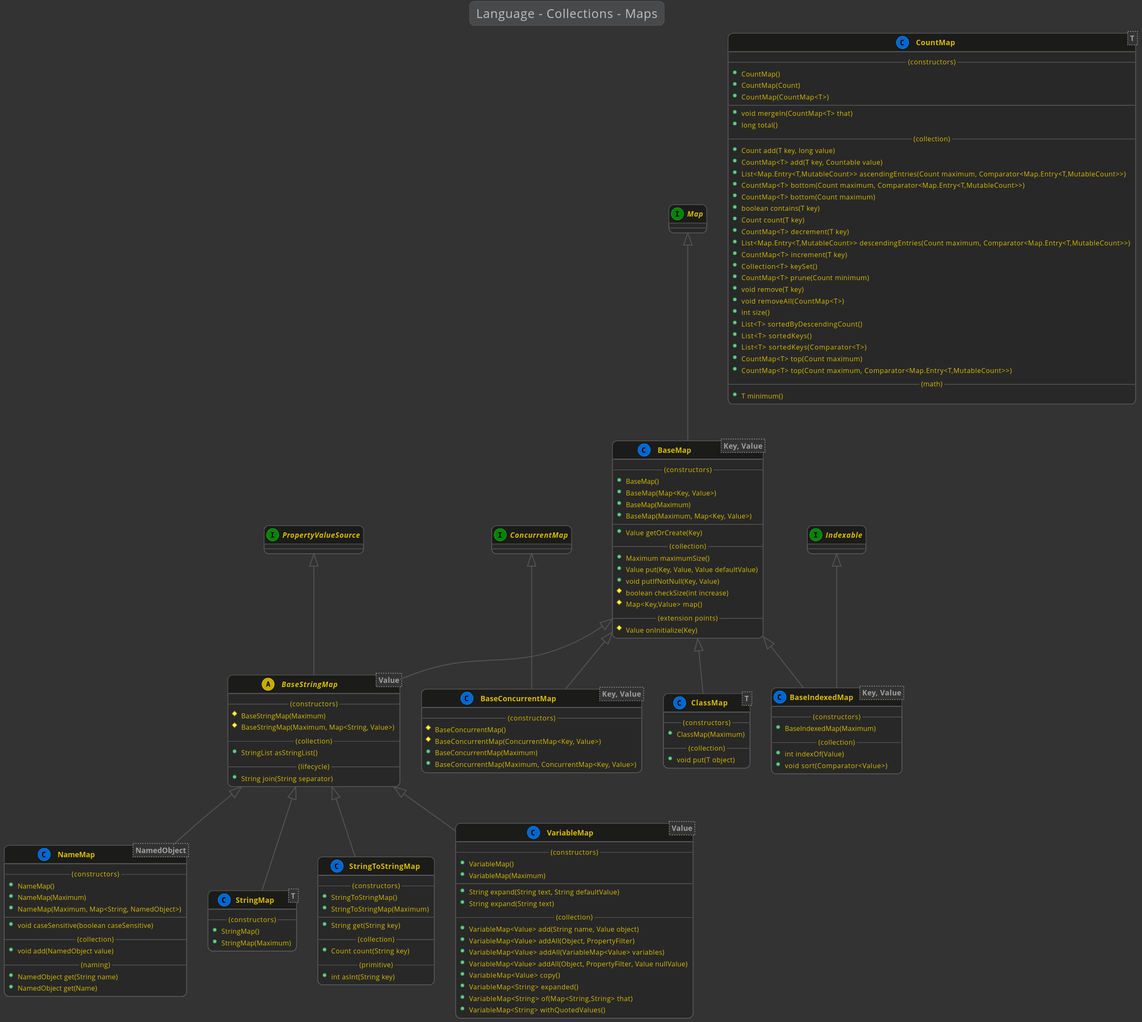
The PlantUML diagram docs/kivakit-core/kernel/documentation/diagrams/diagram-language-collections-map.svg in Telenav/kivakit-assets, before a commit.
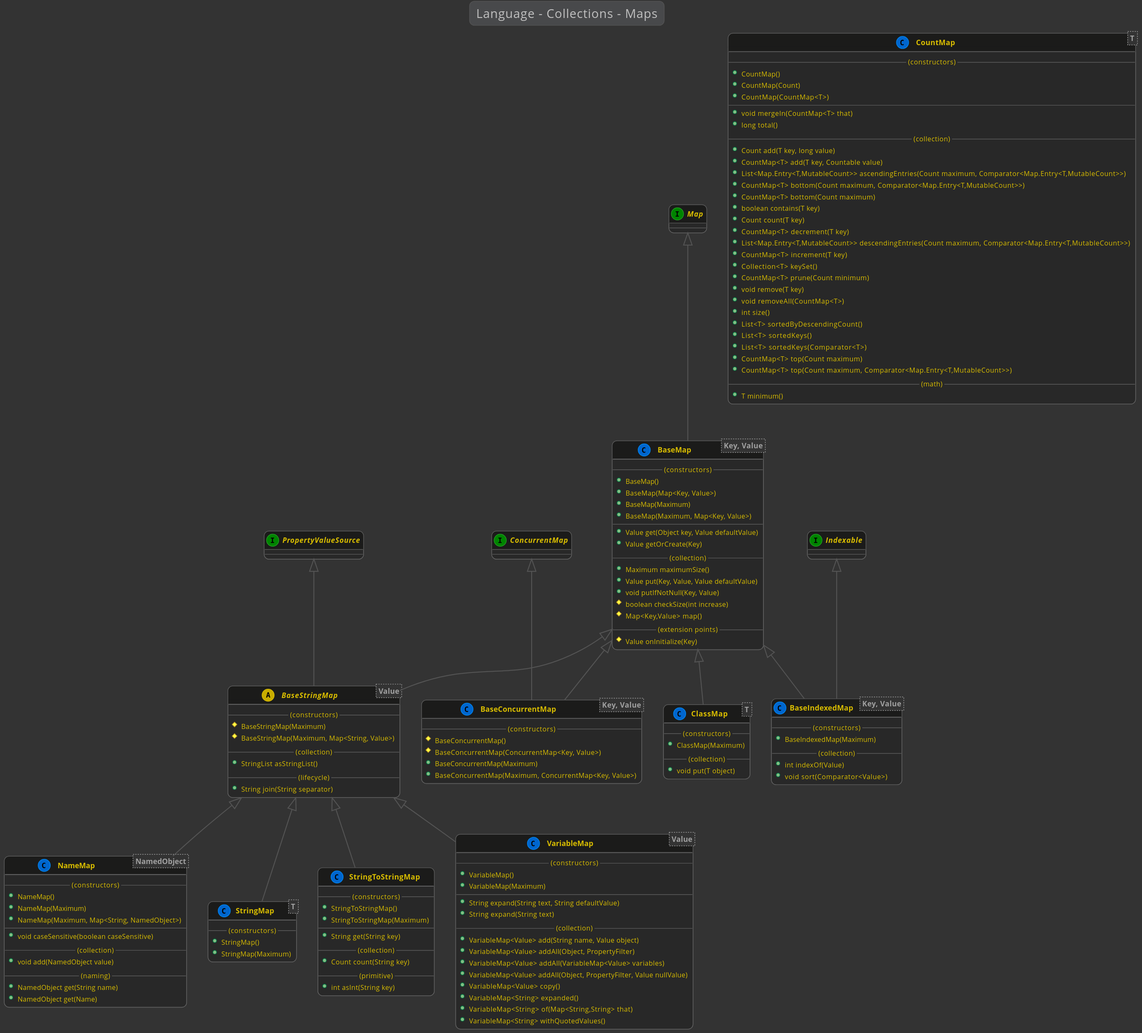
After the change.

Change to the diagram source:
```diff
@@ -43,6 +43,7 @@
         +BaseMap(Maximum)
         +BaseMap(Maximum, Map<Key, Value>)
         --
+        +Value get(Object key, Value defaultValue)
         +Value getOrCreate(Key)
         --(collection)--
         +Maximum maximumSize()
```
